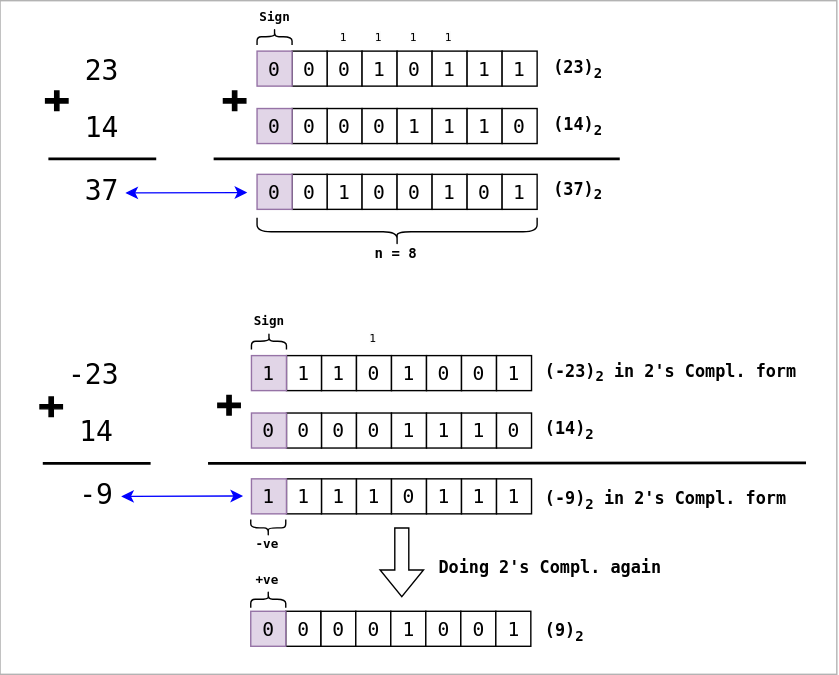
datkumar/code-journal keeps this draw.io diagram as public/diagrams/signed-arithmetic-addition.svg. Above is the earlier version. Source tidied: cells renumbered, new cells last; positions are measured from the earlier drawing's top-left corner, leaving out a move shared by most shapes.
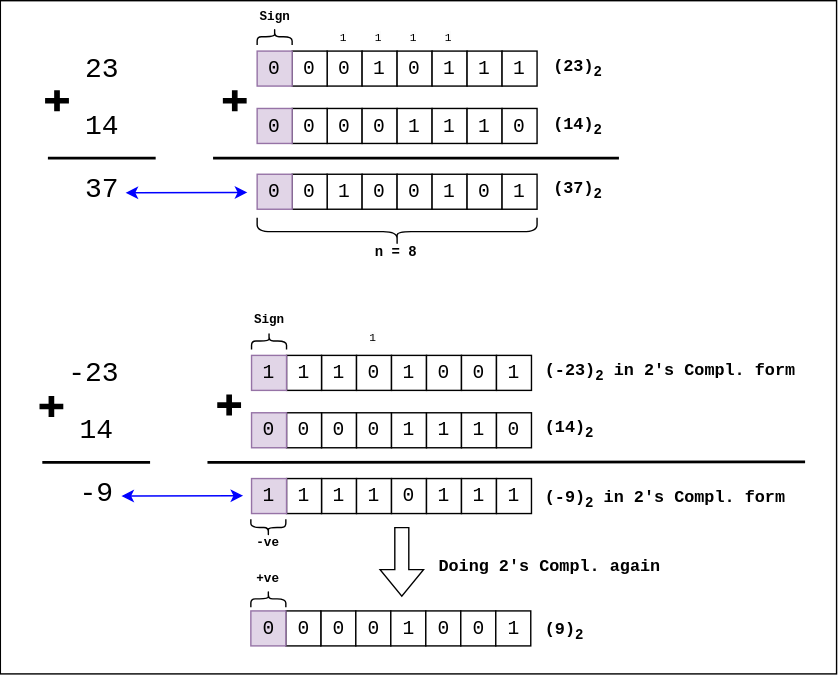
After the change.

Change to the diagram source:
```diff
@@ -2,7 +2,7 @@
   <root>
     <mxCell id="0" />
     <mxCell id="1" parent="0" />
-    <mxCell id="2" style="rounded=0;whiteSpace=wrap;html=1;strokeColor=light-dark(#B3B3B3,#B3B3B3);fillStyle=solid;fillColor=light-dark(#FFFFFF,#FFFFFF);fontFamily=monospace;fontColor=light-dark(#000000,#000000);" parent="1" vertex="1">
+    <mxCell id="2" style="rounded=0;whiteSpace=wrap;html=1;strokeColor=light-dark(#000000,#000000);fillStyle=solid;fillColor=light-dark(#FFFFFF,#FFFFFF);fontFamily=monospace;fontColor=light-dark(#000000,#000000);" parent="1" vertex="1">
       <mxGeometry x="-0.5" width="597.5" height="481" as="geometry" />
     </mxCell>
     <mxCell id="3" value="&lt;span style=&quot;&quot;&gt;0&lt;/span&gt;" style="whiteSpace=wrap;html=1;strokeColor=light-dark(#000000,#000000);fontFamily=monospace;fontColor=light-dark(#000000,#000000);fillStyle=solid;fillColor=light-dark(#FFFFFF,#FFFFFF);fontSize=14;" parent="1" vertex="1">
@@ -98,22 +98,22 @@
     <mxCell id="32" value="0" style="whiteSpace=wrap;html=1;strokeColor=#9673a6;fontFamily=monospace;fillStyle=solid;fillColor=#e1d5e7;fontSize=14;fontColor=light-dark(#000000,#000000);" parent="1" vertex="1">
       <mxGeometry x="183" y="124" width="25" height="25" as="geometry" />
     </mxCell>
-    <mxCell id="33" value="&lt;span style=&quot;font-family: &amp;quot;monospace&amp;quot;; font-style: normal; font-variant-ligatures: normal; font-variant-caps: normal; font-weight: 400; letter-spacing: normal; orphans: 2; text-indent: 0px; text-transform: none; widows: 2; word-spacing: 0px; -webkit-text-stroke-width: 0px; white-space: normal; background-color: rgb(251, 251, 251); text-decoration-thickness: initial; text-decoration-style: initial; text-decoration-color: initial; float: none; display: inline !important;&quot;&gt;1&lt;/span&gt;" style="text;whiteSpace=wrap;html=1;fontSize=8;verticalAlign=middle;align=center;fontColor=light-dark(#000000,#000000);" parent="1" vertex="1">
+    <mxCell id="33" value="&lt;span style=&quot;font-style: normal; font-variant-ligatures: normal; font-variant-caps: normal; font-weight: 400; letter-spacing: normal; orphans: 2; text-indent: 0px; text-transform: none; widows: 2; word-spacing: 0px; -webkit-text-stroke-width: 0px; white-space: normal; background-color: rgb(251, 251, 251); text-decoration-thickness: initial; text-decoration-style: initial; text-decoration-color: initial; float: none; display: inline !important;&quot;&gt;1&lt;/span&gt;" style="text;whiteSpace=wrap;html=1;fontSize=8;verticalAlign=middle;align=center;fontColor=light-dark(#000000,#000000);fontFamily=monospace;" parent="1" vertex="1">
       <mxGeometry x="311.4" y="18" width="18.3" height="15.4" as="geometry" />
     </mxCell>
-    <mxCell id="34" value="&lt;span style=&quot;font-family: &amp;quot;monospace&amp;quot;; font-style: normal; font-variant-ligatures: normal; font-variant-caps: normal; font-weight: 400; letter-spacing: normal; orphans: 2; text-indent: 0px; text-transform: none; widows: 2; word-spacing: 0px; -webkit-text-stroke-width: 0px; white-space: normal; background-color: rgb(251, 251, 251); text-decoration-thickness: initial; text-decoration-style: initial; text-decoration-color: initial; float: none; display: inline !important;&quot;&gt;1&lt;/span&gt;" style="text;whiteSpace=wrap;html=1;fontSize=8;verticalAlign=middle;align=center;fontColor=light-dark(#000000,#000000);" parent="1" vertex="1">
+    <mxCell id="34" value="&lt;span style=&quot;font-style: normal; font-variant-ligatures: normal; font-variant-caps: normal; font-weight: 400; letter-spacing: normal; orphans: 2; text-indent: 0px; text-transform: none; widows: 2; word-spacing: 0px; -webkit-text-stroke-width: 0px; white-space: normal; background-color: rgb(251, 251, 251); text-decoration-thickness: initial; text-decoration-style: initial; text-decoration-color: initial; float: none; display: inline !important;&quot;&gt;1&lt;/span&gt;" style="text;whiteSpace=wrap;html=1;fontSize=8;verticalAlign=middle;align=center;fontColor=light-dark(#000000,#000000);fontFamily=monospace;" parent="1" vertex="1">
       <mxGeometry x="286.4" y="18" width="18.3" height="15.4" as="geometry" />
     </mxCell>
-    <mxCell id="35" value="&lt;span style=&quot;font-family: &amp;quot;monospace&amp;quot;; font-style: normal; font-variant-ligatures: normal; font-variant-caps: normal; font-weight: 400; letter-spacing: normal; orphans: 2; text-indent: 0px; text-transform: none; widows: 2; word-spacing: 0px; -webkit-text-stroke-width: 0px; white-space: normal; background-color: rgb(251, 251, 251); text-decoration-thickness: initial; text-decoration-style: initial; text-decoration-color: initial; float: none; display: inline !important;&quot;&gt;1&lt;/span&gt;" style="text;whiteSpace=wrap;html=1;fontSize=8;verticalAlign=middle;align=center;fontColor=light-dark(#000000,#000000);" parent="1" vertex="1">
+    <mxCell id="35" value="&lt;span style=&quot;font-style: normal; font-variant-ligatures: normal; font-variant-caps: normal; font-weight: 400; letter-spacing: normal; orphans: 2; text-indent: 0px; text-transform: none; widows: 2; word-spacing: 0px; -webkit-text-stroke-width: 0px; white-space: normal; background-color: rgb(251, 251, 251); text-decoration-thickness: initial; text-decoration-style: initial; text-decoration-color: initial; float: none; display: inline !important;&quot;&gt;1&lt;/span&gt;" style="text;whiteSpace=wrap;html=1;fontSize=8;verticalAlign=middle;align=center;fontColor=light-dark(#000000,#000000);fontFamily=monospace;" parent="1" vertex="1">
       <mxGeometry x="261.4" y="18" width="18.3" height="15.4" as="geometry" />
     </mxCell>
-    <mxCell id="36" value="&lt;span style=&quot;font-family: &amp;quot;monospace&amp;quot;; font-style: normal; font-variant-ligatures: normal; font-variant-caps: normal; font-weight: 400; letter-spacing: normal; orphans: 2; text-indent: 0px; text-transform: none; widows: 2; word-spacing: 0px; -webkit-text-stroke-width: 0px; white-space: normal; background-color: rgb(251, 251, 251); text-decoration-thickness: initial; text-decoration-style: initial; text-decoration-color: initial; float: none; display: inline !important;&quot;&gt;1&lt;/span&gt;" style="text;whiteSpace=wrap;html=1;fontSize=8;verticalAlign=middle;align=center;fontColor=light-dark(#000000,#000000);" parent="1" vertex="1">
+    <mxCell id="36" value="&lt;span style=&quot;font-style: normal; font-variant-ligatures: normal; font-variant-caps: normal; font-weight: 400; letter-spacing: normal; orphans: 2; text-indent: 0px; text-transform: none; widows: 2; word-spacing: 0px; -webkit-text-stroke-width: 0px; white-space: normal; background-color: rgb(251, 251, 251); text-decoration-thickness: initial; text-decoration-style: initial; text-decoration-color: initial; float: none; display: inline !important;&quot;&gt;1&lt;/span&gt;" style="text;whiteSpace=wrap;html=1;fontSize=8;verticalAlign=middle;align=center;fontColor=light-dark(#000000,#000000);fontFamily=monospace;" parent="1" vertex="1">
       <mxGeometry x="236.4" y="18" width="18.3" height="15.4" as="geometry" />
     </mxCell>
-    <mxCell id="37" style="shape=cross;whiteSpace=wrap;html=1;size=0.2178509424603265;fillStyle=solid;fillColor=light-dark(#000000,#000000);fontColor=light-dark(#000000,#000000);" parent="1" vertex="1">
+    <mxCell id="37" style="shape=cross;whiteSpace=wrap;html=1;size=0.2178509424603265;fillStyle=solid;fillColor=light-dark(#000000,#000000);fontColor=light-dark(#000000,#000000);fontFamily=monospace;" parent="1" vertex="1">
       <mxGeometry x="159" y="64.5" width="16" height="14" as="geometry" />
     </mxCell>
-    <mxCell id="38" style="shape=cross;whiteSpace=wrap;html=1;size=0.2178509424603265;fillStyle=solid;fillColor=light-dark(#000000,#000000);fontColor=light-dark(#000000,#000000);" parent="1" vertex="1">
+    <mxCell id="38" style="shape=cross;whiteSpace=wrap;html=1;size=0.2178509424603265;fillStyle=solid;fillColor=light-dark(#000000,#000000);fontColor=light-dark(#000000,#000000);fontFamily=monospace;" parent="1" vertex="1">
       <mxGeometry x="32" y="64.5" width="16" height="14" as="geometry" />
     </mxCell>
     <mxCell id="39" style="shape=curlyBracket;whiteSpace=wrap;html=1;rounded=1;labelPosition=left;verticalLabelPosition=middle;align=right;verticalAlign=middle;direction=south;fontFamily=monospace;fontColor=light-dark(#000000,#000000);strokeColor=light-dark(#000000,#000000);" parent="1" vertex="1">
@@ -215,10 +215,10 @@
     <mxCell id="69" value="1" style="whiteSpace=wrap;html=1;strokeColor=#9673a6;fontFamily=monospace;fillStyle=solid;fillColor=#e1d5e7;fontSize=14;fontColor=light-dark(#000000,#000000);" parent="1" vertex="1">
       <mxGeometry x="179" y="341.4" width="25" height="25" as="geometry" />
     </mxCell>
-    <mxCell id="70" style="shape=cross;whiteSpace=wrap;html=1;size=0.2178509424603265;fillStyle=solid;fillColor=light-dark(#000000,#000000);fontColor=light-dark(#000000,#000000);" parent="1" vertex="1">
+    <mxCell id="70" style="shape=cross;whiteSpace=wrap;html=1;size=0.2178509424603265;fillStyle=solid;fillColor=light-dark(#000000,#000000);fontColor=light-dark(#000000,#000000);fontFamily=monospace;" parent="1" vertex="1">
       <mxGeometry x="155" y="281.9" width="16" height="14" as="geometry" />
     </mxCell>
-    <mxCell id="71" style="shape=cross;whiteSpace=wrap;html=1;size=0.2178509424603265;fillStyle=solid;fillColor=light-dark(#000000,#000000);fontColor=light-dark(#000000,#000000);" parent="1" vertex="1">
+    <mxCell id="71" style="shape=cross;whiteSpace=wrap;html=1;size=0.2178509424603265;fillStyle=solid;fillColor=light-dark(#000000,#000000);fontColor=light-dark(#000000,#000000);fontFamily=monospace;" parent="1" vertex="1">
       <mxGeometry x="28" y="282.9" width="16" height="14" as="geometry" />
     </mxCell>
     <mxCell id="72" style="shape=curlyBracket;whiteSpace=wrap;html=1;rounded=1;labelPosition=left;verticalLabelPosition=middle;align=right;verticalAlign=middle;direction=south;fontFamily=monospace;fontColor=light-dark(#000000,#000000);strokeColor=light-dark(#000000,#000000);" parent="1" vertex="1">
@@ -245,10 +245,10 @@
     <mxCell id="78" value="&lt;span style=&quot;font-style: normal; font-variant-ligatures: normal; font-variant-caps: normal; letter-spacing: normal; orphans: 2; text-indent: 0px; text-transform: none; widows: 2; word-spacing: 0px; -webkit-text-stroke-width: 0px; white-space: normal; text-decoration-thickness: initial; text-decoration-style: initial; text-decoration-color: initial; float: none; display: inline !important;&quot;&gt;(14)&lt;sub&gt;2&lt;/sub&gt;&lt;/span&gt;" style="text;whiteSpace=wrap;html=1;align=left;verticalAlign=middle;fontSize=12;fontFamily=monospace;labelBackgroundColor=none;fontStyle=1;fontColor=light-dark(#000000,#000000);" parent="1" vertex="1">
       <mxGeometry x="387" y="291.6" width="53" height="30.7" as="geometry" />
     </mxCell>
-    <mxCell id="79" value="&lt;span style=&quot;font-family: &amp;quot;monospace&amp;quot;; font-style: normal; font-variant-ligatures: normal; font-variant-caps: normal; font-weight: 400; letter-spacing: normal; orphans: 2; text-indent: 0px; text-transform: none; widows: 2; word-spacing: 0px; -webkit-text-stroke-width: 0px; white-space: normal; background-color: rgb(251, 251, 251); text-decoration-thickness: initial; text-decoration-style: initial; text-decoration-color: initial; float: none; display: inline !important;&quot;&gt;1&lt;/span&gt;" style="text;whiteSpace=wrap;html=1;fontSize=8;verticalAlign=middle;align=center;fontColor=light-dark(#000000,#000000);" parent="1" vertex="1">
+    <mxCell id="79" value="&lt;span style=&quot;font-style: normal; font-variant-ligatures: normal; font-variant-caps: normal; font-weight: 400; letter-spacing: normal; orphans: 2; text-indent: 0px; text-transform: none; widows: 2; word-spacing: 0px; -webkit-text-stroke-width: 0px; white-space: normal; background-color: rgb(251, 251, 251); text-decoration-thickness: initial; text-decoration-style: initial; text-decoration-color: initial; float: none; display: inline !important;&quot;&gt;1&lt;/span&gt;" style="text;whiteSpace=wrap;html=1;fontSize=8;verticalAlign=middle;align=center;fontColor=light-dark(#000000,#000000);fontFamily=monospace;" parent="1" vertex="1">
       <mxGeometry x="257.4" y="233.7" width="18.3" height="15.4" as="geometry" />
     </mxCell>
-    <mxCell id="80" style="endArrow=classic;startArrow=classic;html=1;rounded=0;exitX=1;exitY=0.5;exitDx=0;exitDy=0;strokeColor=light-dark(#0000FF,#0000FF);fontColor=light-dark(#000000,#000000);" parent="1" edge="1">
+    <mxCell id="80" style="endArrow=classic;startArrow=classic;html=1;rounded=0;exitX=1;exitY=0.5;exitDx=0;exitDy=0;strokeColor=light-dark(#0000FF,#0000FF);fontColor=light-dark(#000000,#000000);fontFamily=monospace;" parent="1" edge="1">
       <mxGeometry relative="1" as="geometry">
         <mxPoint x="89" y="137.2" as="sourcePoint" />
         <mxPoint x="176" y="137" as="targetPoint" />
@@ -284,7 +284,7 @@
     <mxCell id="90" value="0" style="whiteSpace=wrap;html=1;strokeColor=#9673a6;fontFamily=monospace;fillStyle=solid;fillColor=#e1d5e7;fontSize=14;fontColor=light-dark(#000000,#000000);" parent="1" vertex="1">
       <mxGeometry x="178.5" y="436" width="25" height="25" as="geometry" />
     </mxCell>
-    <mxCell id="91" style="endArrow=classic;startArrow=classic;html=1;rounded=0;exitX=1;exitY=0.5;exitDx=0;exitDy=0;strokeColor=light-dark(#0000FF,#0000FF);fontColor=light-dark(#000000,#000000);" parent="1" edge="1">
+    <mxCell id="91" style="endArrow=classic;startArrow=classic;html=1;rounded=0;exitX=1;exitY=0.5;exitDx=0;exitDy=0;strokeColor=light-dark(#0000FF,#0000FF);fontColor=light-dark(#000000,#000000);fontFamily=monospace;" parent="1" edge="1">
       <mxGeometry relative="1" as="geometry">
         <mxPoint x="86" y="354" as="sourcePoint" />
         <mxPoint x="173" y="353.7" as="targetPoint" />
@@ -293,7 +293,7 @@
     <mxCell id="92" value="&lt;span style=&quot;font-style: normal; font-variant-ligatures: normal; font-variant-caps: normal; letter-spacing: normal; orphans: 2; text-indent: 0px; text-transform: none; widows: 2; word-spacing: 0px; -webkit-text-stroke-width: 0px; white-space: normal; text-decoration-thickness: initial; text-decoration-style: initial; text-decoration-color: initial; float: none; display: inline !important;&quot;&gt;(-9)&lt;sub&gt;2&lt;/sub&gt;&amp;nbsp;in 2's&amp;nbsp;&lt;/span&gt;Compl. form&amp;nbsp;" style="text;whiteSpace=wrap;html=1;align=left;verticalAlign=middle;fontSize=12;fontFamily=monospace;labelBackgroundColor=none;fontStyle=1;fontColor=light-dark(#000000,#000000);" parent="1" vertex="1">
       <mxGeometry x="387" y="341.4" width="192" height="30.7" as="geometry" />
     </mxCell>
-    <mxCell id="93" style="shape=flexArrow;endArrow=classic;html=1;rounded=0;fontColor=light-dark(#000000,#000000);strokeColor=light-dark(#000000,#000000);" parent="1" edge="1">
+    <mxCell id="93" style="shape=flexArrow;endArrow=classic;html=1;rounded=0;fontColor=light-dark(#000000,#000000);strokeColor=light-dark(#000000,#000000);fontFamily=monospace;" parent="1" edge="1">
       <mxGeometry relative="1" as="geometry">
         <mxPoint x="286.4" y="376" as="sourcePoint" />
         <mxPoint x="286.4" y="426" as="targetPoint" />
```
